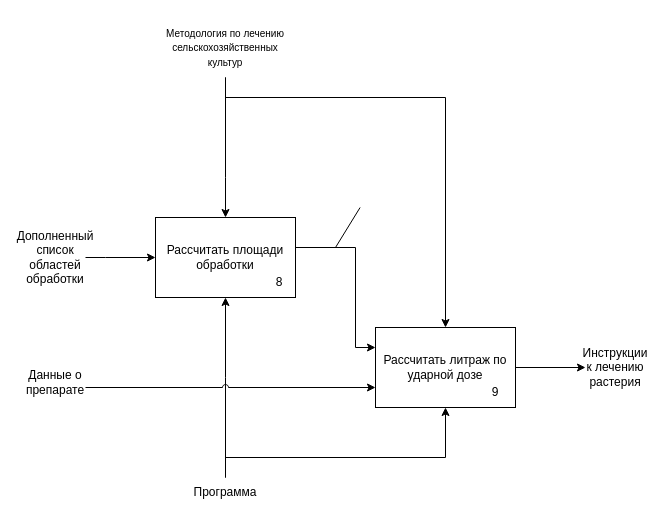
Above: coursework/diagrams/IDEF0_5.drawio in ThomasCharester/KursuchShop (draw.io), before the change. Source tidied: cells renumbered, new cells numbered last; positions are measured from the earlier drawing's top-left corner, leaving out a move shared by most shapes. Both pictures are drawn from the tidied source at 100%, with x=0, y=0 at pixel (25, 17).
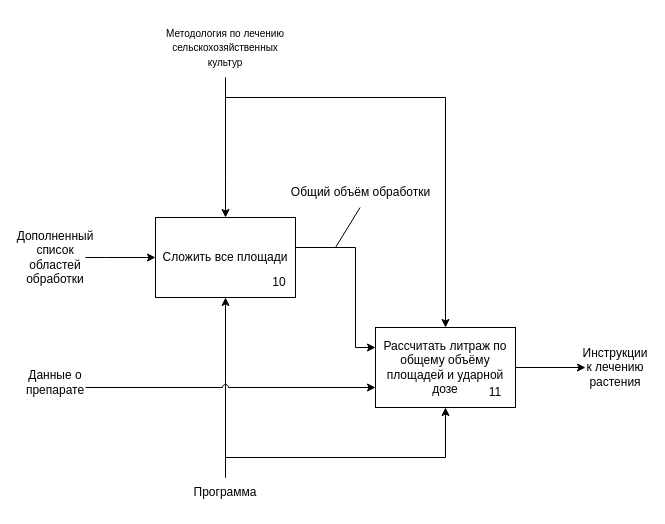
The same diagram, later.

Diff of the diagram source:
```diff
@@
-    <mxCell id="11" value="Рассчитать площади обработки" style="rounded=0;whiteSpace=wrap;html=1;" parent="1" vertex="1">
+    <mxCell id="11" value="Сложить все площади" style="rounded=0;whiteSpace=wrap;html=1;" parent="1" vertex="1">
       <mxGeometry x="130" y="200" width="140" height="80" as="geometry" />
     </mxCell>
-    <mxCell id="12" value="8" style="text;html=1;align=center;verticalAlign=middle;whiteSpace=wrap;rounded=0;" parent="1" vertex="1">
+    <mxCell id="12" value="10" style="text;html=1;align=center;verticalAlign=middle;whiteSpace=wrap;rounded=0;" parent="1" vertex="1">
       <mxGeometry x="224" y="250" width="60" height="30" as="geometry" />
     </mxCell>
@@
-    <mxCell id="14" value="Рассчитать литраж по ударной дозе" style="rounded=0;whiteSpace=wrap;html=1;" parent="1" vertex="1">
+    <mxCell id="14" value="Рассчитать литраж по общему объёму площадей и ударной дозе" style="rounded=0;whiteSpace=wrap;html=1;" parent="1" vertex="1">
       <mxGeometry x="350" y="310" width="140" height="80" as="geometry" />
     </mxCell>
-    <mxCell id="15" value="9" style="text;html=1;align=center;verticalAlign=middle;whiteSpace=wrap;rounded=0;" parent="1" vertex="1">
+    <mxCell id="15" value="11" style="text;html=1;align=center;verticalAlign=middle;whiteSpace=wrap;rounded=0;" parent="1" vertex="1">
       <mxGeometry x="440" y="360" width="60" height="30" as="geometry" />
     </mxCell>
@@
-    <mxCell id="19" value="Инструкции к лечению растерия" style="text;html=1;align=center;verticalAlign=middle;whiteSpace=wrap;rounded=0;" parent="1" vertex="1">
+    <mxCell id="19" value="Инструкции к лечению растения" style="text;html=1;align=center;verticalAlign=middle;whiteSpace=wrap;rounded=0;" parent="1" vertex="1">
       <mxGeometry x="560" y="325" width="60" height="50" as="geometry" />
     </mxCell>
+    <mxCell id="20" value="Общий объём обработки" style="text;html=1;align=center;verticalAlign=middle;strokeColor=none;fillColor=none;" parent="1" vertex="1">
+      <mxGeometry x="255" y="160" width="160" height="30" as="geometry" />
+    </mxCell>
```
